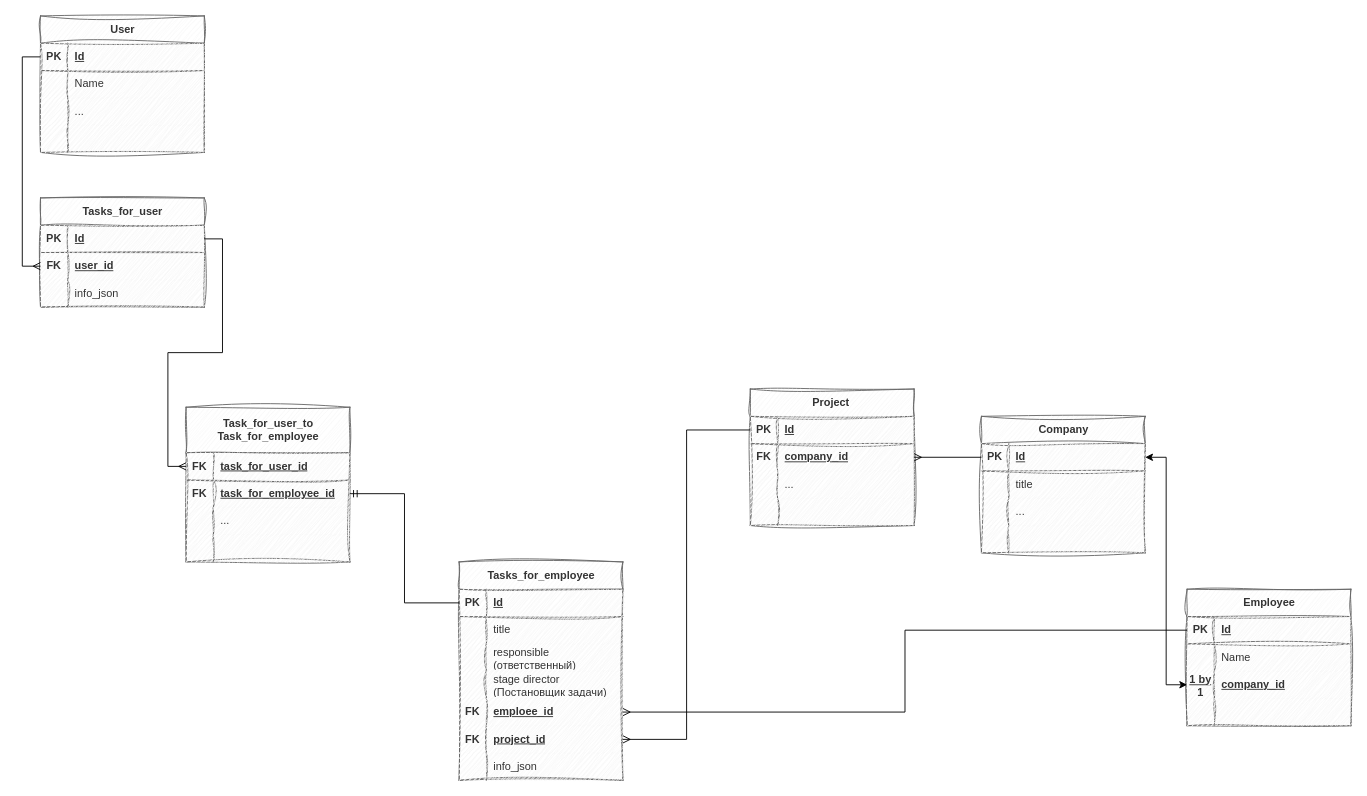
Above: Диаграмма без названия.drawio in Lupuna/drow_io (draw.io), before the change. Source tidied: cells renumbered, new cells numbered last; positions are measured from the earlier drawing's top-left corner, leaving out a move shared by most shapes. Both pictures are drawn from the tidied source at 91%, with x=0, y=0 at pixel (40, 15).
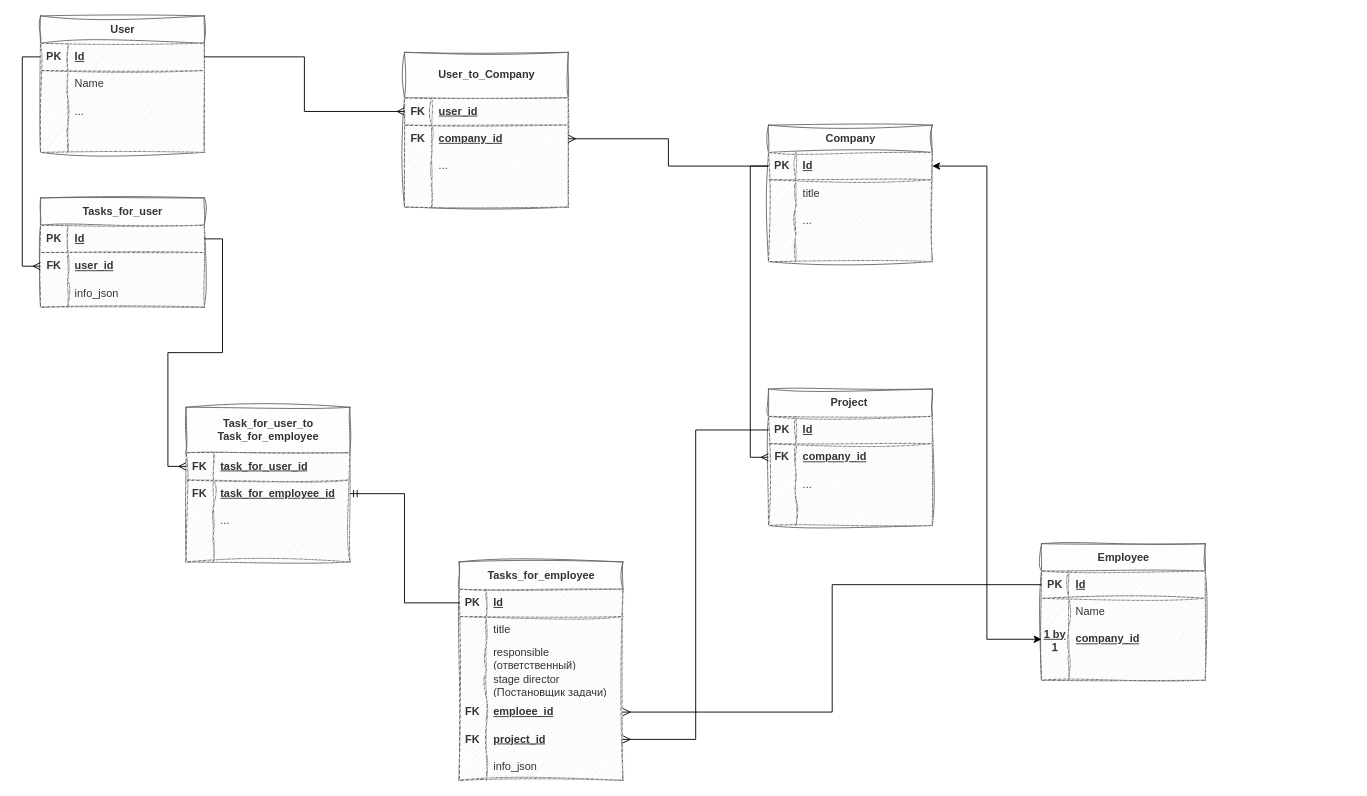
The same page after the edit.

The change refers to these unchanged cells:
```xml
<mxCell id="3" style="shape=tableRow;horizontal=0;startSize=0;swimlaneHead=0;swimlaneBody=0;points=[[0,0.5],[1,0.5]];portConstraint=eastwest;top=0;left=0;right=0;bottom=1;fillColor=#f5f5f5;fontColor=#333333;strokeColor=#666666;sketch=1;curveFitting=1;jiggle=2;" parent="2" vertex="1">
  <mxGeometry y="30" width="180" height="30" as="geometry" />
</mxCell>
<mxCell id="16" style="shape=tableRow;horizontal=0;startSize=0;swimlaneHead=0;swimlaneBody=0;points=[[0,0.5],[1,0.5]];portConstraint=eastwest;top=0;left=0;right=0;bottom=1;fillColor=#f5f5f5;fontColor=#333333;strokeColor=#666666;sketch=1;curveFitting=1;jiggle=2;" parent="15" vertex="1">
  <mxGeometry y="30" width="180" height="30" as="geometry" />
</mxCell>
<mxCell id="55" style="shape=tableRow;horizontal=0;startSize=0;swimlaneHead=0;swimlaneBody=0;points=[[0,0.5],[1,0.5]];portConstraint=eastwest;top=0;left=0;right=0;bottom=0;fillColor=#f5f5f5;fontColor=#333333;strokeColor=#666666;sketch=1;curveFitting=1;jiggle=2;" parent="51" vertex="1">
  <mxGeometry y="60" width="180" height="30" as="geometry" />
</mxCell>
```

Diff of the diagram source:
```diff
@@
     <mxCell id="15" value="Company" style="shape=table;startSize=30;childLayout=tableLayout;rowLines=0;fontStyle=1;align=center;html=1;fillColor=#f5f5f5;fontColor=#333333;strokeColor=#666666;sketch=1;curveFitting=1;jiggle=2;" parent="1" vertex="1">
-      <mxGeometry x="1034" y="440" width="180" height="150" as="geometry" />
+      <mxGeometry x="800" y="120" width="180" height="150" as="geometry" />
     </mxCell>
@@
     <mxCell id="51" value="Project&amp;nbsp;" style="shape=table;startSize=30;childLayout=tableLayout;rowLines=0;fontStyle=1;align=center;html=1;fillColor=#f5f5f5;fontColor=#333333;strokeColor=#666666;sketch=1;curveFitting=1;jiggle=2;" parent="1" vertex="1">
-      <mxGeometry x="780" y="410" width="180" height="150" as="geometry" />
+      <mxGeometry x="800" y="410" width="180" height="150" as="geometry" />
     </mxCell>
@@
-    <mxCell id="64" style="edgeStyle=orthogonalEdgeStyle;rounded=0;jettySize=auto;html=1;entryX=1;entryY=0.5;entryDx=0;entryDy=0;endArrow=ERmany;endFill=0;" parent="1" edge="1" source="16" target="55">
-      <mxGeometry relative="1" as="geometry" />
-    </mxCell>
     <mxCell id="65" value="Employee" style="shape=table;startSize=30;childLayout=tableLayout;rowLines=0;fontStyle=1;align=center;html=1;fillColor=#f5f5f5;fontColor=#333333;strokeColor=#666666;sketch=1;curveFitting=1;jiggle=2;" parent="1" vertex="1">
-      <mxGeometry x="1260" y="630" width="180" height="150" as="geometry" />
+      <mxGeometry x="1100" y="580" width="180" height="150" as="geometry" />
     </mxCell>
@@
+    <mxCell id="64" style="edgeStyle=orthogonalEdgeStyle;rounded=0;jettySize=auto;html=1;entryX=0;entryY=0.5;entryDx=0;entryDy=0;endArrow=ERmany;endFill=0;" parent="1" edge="1" source="16" target="55">
+      <mxGeometry relative="1" as="geometry" />
+    </mxCell>
+    <mxCell id="106" value="User_to_Company" style="shape=table;startSize=50;childLayout=tableLayout;rowLines=0;fontStyle=1;align=center;html=1;fillColor=#f5f5f5;fontColor=#333333;strokeColor=#666666;sketch=1;curveFitting=1;jiggle=2;" parent="1" vertex="1">
+      <mxGeometry x="400" y="40" width="180" height="170" as="geometry" />
+    </mxCell>
+    <mxCell id="107" style="shape=tableRow;horizontal=0;startSize=0;swimlaneHead=0;swimlaneBody=0;points=[[0,0.5],[1,0.5]];portConstraint=eastwest;top=0;left=0;right=0;bottom=1;fillColor=#f5f5f5;fontColor=#333333;strokeColor=#666666;sketch=1;curveFitting=1;jiggle=2;" parent="106" vertex="1">
+      <mxGeometry y="50" width="180" height="30" as="geometry" />
+    </mxCell>
+    <mxCell id="108" value="FK" style="shape=partialRectangle;top=0;left=0;bottom=0;right=0;fontStyle=1;overflow=hidden;whiteSpace=wrap;html=1;fillColor=#f5f5f5;fontColor=#333333;strokeColor=#666666;sketch=1;curveFitting=1;jiggle=2;" parent="107" vertex="1">
+      <mxGeometry width="30" height="30" as="geometry" />
+    </mxCell>
+    <mxCell id="109" value="user_id" style="shape=partialRectangle;top=0;left=0;bottom=0;right=0;align=left;spacingLeft=6;fontStyle=5;overflow=hidden;whiteSpace=wrap;html=1;fillColor=#f5f5f5;fontColor=#333333;strokeColor=#666666;sketch=1;curveFitting=1;jiggle=2;" parent="107" vertex="1">
+      <mxGeometry x="30" width="150" height="30" as="geometry" />
+    </mxCell>
+    <mxCell id="110" style="shape=tableRow;horizontal=0;startSize=0;swimlaneHead=0;swimlaneBody=0;points=[[0,0.5],[1,0.5]];portConstraint=eastwest;top=0;left=0;right=0;bottom=0;fillColor=#f5f5f5;fontColor=#333333;strokeColor=#666666;sketch=1;curveFitting=1;jiggle=2;" parent="106" vertex="1">
+      <mxGeometry y="80" width="180" height="30" as="geometry" />
+    </mxCell>
+    <mxCell id="111" value="&lt;b&gt;FK&lt;/b&gt;" style="shape=partialRectangle;top=0;left=0;bottom=0;right=0;overflow=hidden;whiteSpace=wrap;html=1;fillColor=#f5f5f5;fontColor=#333333;strokeColor=#666666;sketch=1;curveFitting=1;jiggle=2;" parent="110" vertex="1">
+      <mxGeometry width="30" height="30" as="geometry" />
+    </mxCell>
+    <mxCell id="112" value="&lt;b&gt;&lt;u&gt;company_id&lt;/u&gt;&lt;/b&gt;" style="shape=partialRectangle;top=0;left=0;bottom=0;right=0;align=left;spacingLeft=6;overflow=hidden;whiteSpace=wrap;html=1;fillColor=#f5f5f5;fontColor=#333333;strokeColor=#666666;sketch=1;curveFitting=1;jiggle=2;" parent="110" vertex="1">
+      <mxGeometry x="30" width="150" height="30" as="geometry" />
+    </mxCell>
+    <mxCell id="113" style="shape=tableRow;horizontal=0;startSize=0;swimlaneHead=0;swimlaneBody=0;top=0;left=0;right=0;bottom=0;fillColor=#f5f5f5;fontColor=#333333;strokeColor=#666666;sketch=1;curveFitting=1;jiggle=2;" parent="106" vertex="1">
+      <mxGeometry y="110" width="180" height="30" as="geometry" />
+    </mxCell>
+    <mxCell id="114" style="shape=partialRectangle;top=0;left=0;bottom=0;right=0;overflow=hidden;whiteSpace=wrap;html=1;fillColor=#f5f5f5;fontColor=#333333;strokeColor=#666666;sketch=1;curveFitting=1;jiggle=2;" parent="113" vertex="1">
+      <mxGeometry width="30" height="30" as="geometry" />
+    </mxCell>
+    <mxCell id="115" value="..." style="shape=partialRectangle;top=0;left=0;bottom=0;right=0;align=left;spacingLeft=6;overflow=hidden;whiteSpace=wrap;html=1;fillColor=#f5f5f5;fontColor=#333333;strokeColor=#666666;sketch=1;curveFitting=1;jiggle=2;" parent="113" vertex="1">
+      <mxGeometry x="30" width="150" height="30" as="geometry" />
+    </mxCell>
+    <mxCell id="116" style="shape=tableRow;horizontal=0;startSize=0;swimlaneHead=0;swimlaneBody=0;top=0;left=0;right=0;bottom=0;fillColor=#f5f5f5;fontColor=#333333;strokeColor=#666666;sketch=1;curveFitting=1;jiggle=2;" parent="106" vertex="1">
+      <mxGeometry y="140" width="180" height="30" as="geometry" />
+    </mxCell>
+    <mxCell id="117" style="shape=partialRectangle;top=0;left=0;bottom=0;right=0;overflow=hidden;whiteSpace=wrap;html=1;fillColor=#f5f5f5;fontColor=#333333;strokeColor=#666666;sketch=1;curveFitting=1;jiggle=2;" parent="116" vertex="1">
+      <mxGeometry width="30" height="30" as="geometry" />
+    </mxCell>
+    <mxCell id="118" style="shape=partialRectangle;top=0;left=0;bottom=0;right=0;align=left;spacingLeft=6;overflow=hidden;whiteSpace=wrap;html=1;fillColor=#f5f5f5;fontColor=#333333;strokeColor=#666666;sketch=1;curveFitting=1;jiggle=2;" parent="116" vertex="1">
+      <mxGeometry x="30" width="150" height="30" as="geometry" />
+    </mxCell>
+    <mxCell id="119" style="edgeStyle=orthogonalEdgeStyle;rounded=0;jettySize=auto;html=1;entryX=0;entryY=0.5;entryDx=0;entryDy=0;endArrow=ERmany;endFill=0;" parent="1" edge="1" source="3" target="107">
+      <mxGeometry relative="1" as="geometry" />
+    </mxCell>
+    <mxCell id="120" style="edgeStyle=orthogonalEdgeStyle;rounded=0;jettySize=auto;html=1;endArrow=ERmany;endFill=0;" parent="1" edge="1" source="16" target="110">
+      <mxGeometry relative="1" as="geometry" />
+    </mxCell>
```
